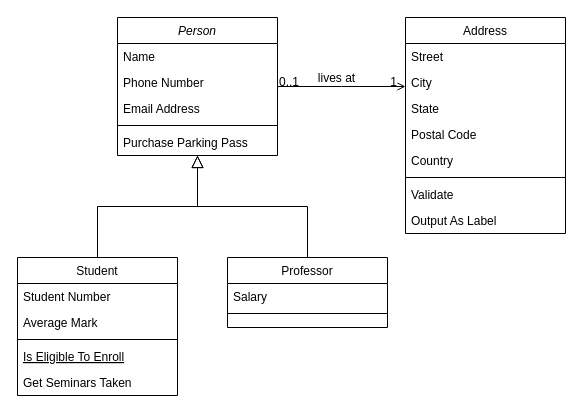
This is classDiagram.drawio from Marwen46/clairvoyant, a draw.io file, before an edit. Source tidied: cells renumbered, new cells numbered last; positions are measured from the earlier drawing's top-left corner, leaving out a move shared by most shapes. Both pictures are drawn from the tidied source at 100%, with x=0, y=0 at pixel (17, 17).
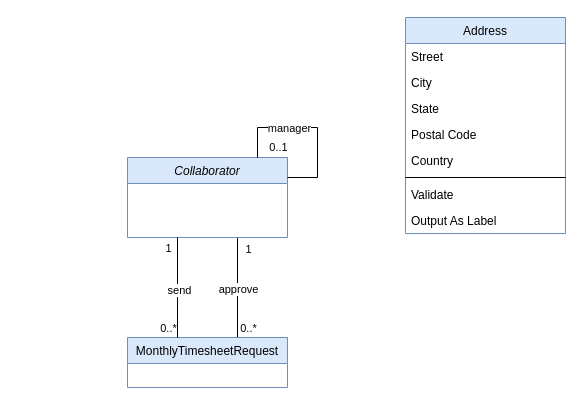
After the change.

What changed in the source:
```diff
@@
+    <mxCell id="32" style="edgeStyle=orthogonalEdgeStyle;rounded=0;orthogonalLoop=1;jettySize=auto;html=1;strokeColor=default;endArrow=none;endFill=0;" parent="1" edge="1">
+      <mxGeometry relative="1" as="geometry">
+        <mxPoint x="220" y="220" as="sourcePoint" />
+        <mxPoint x="220" y="320" as="targetPoint" />
+      </mxGeometry>
+    </mxCell>
+    <mxCell id="33" value="approve" style="edgeLabel;html=1;align=center;verticalAlign=middle;" parent="32" vertex="1">
+      <mxGeometry x="0.02" relative="1" as="geometry" />
+    </mxCell>
+    <mxCell id="34" value="0..*" style="edgeLabel;html=1;align=center;verticalAlign=middle;" parent="32" vertex="1">
+      <mxGeometry x="0.84" y="-1" relative="1" as="geometry">
+        <mxPoint x="11" y="-2" as="offset" />
+      </mxGeometry>
+    </mxCell>
+    <mxCell id="35" value="1" style="edgeLabel;html=1;align=center;verticalAlign=middle;" parent="32" vertex="1">
+      <mxGeometry x="-0.87" relative="1" as="geometry">
+        <mxPoint x="10" y="4" as="offset" />
+      </mxGeometry>
+    </mxCell>
-    <mxCell id="2" value="Person" style="swimlane;fontStyle=2;align=center;verticalAlign=top;horizontal=1;startSize=26;rounded=0;shadow=0;strokeWidth=1;" parent="1" vertex="1">
-      <mxGeometry x="100" width="160" height="138" as="geometry" />
+    <mxCell id="2" value="Collaborator" style="swimlane;fontStyle=2;align=center;verticalAlign=top;horizontal=1;startSize=26;rounded=0;shadow=0;strokeWidth=1;fillColor=#dae8fc;strokeColor=#6c8ebf;" parent="1" vertex="1">
+      <mxGeometry x="110" y="140" width="160" height="80" as="geometry" />
     </mxCell>
-    <mxCell id="3" value="Name" style="text;align=left;verticalAlign=top;spacingLeft=4;spacingRight=4;overflow=hidden;" parent="2" vertex="1">
-      <mxGeometry y="26" width="160" height="26" as="geometry" />
-    </mxCell>
-    <mxCell id="4" value="Phone Number" style="text;align=left;verticalAlign=top;spacingLeft=4;spacingRight=4;overflow=hidden;rounded=0;shadow=0;html=0;" parent="2" vertex="1">
-      <mxGeometry y="52" width="160" height="26" as="geometry" />
-    </mxCell>
-    <mxCell id="5" value="Email Address" style="text;align=left;verticalAlign=top;spacingLeft=4;spacingRight=4;overflow=hidden;rounded=0;shadow=0;html=0;" parent="2" vertex="1">
-      <mxGeometry y="78" width="160" height="26" as="geometry" />
-    </mxCell>
-    <mxCell id="6" style="line;html=1;strokeWidth=1;align=left;verticalAlign=middle;spacingTop=-1;spacingLeft=3;spacingRight=3;labelPosition=right;" parent="2" vertex="1">
-      <mxGeometry y="104" width="160" height="8" as="geometry" />
-    </mxCell>
-    <mxCell id="7" value="Purchase Parking Pass" style="text;align=left;verticalAlign=top;spacingLeft=4;spacingRight=4;overflow=hidden;" parent="2" vertex="1">
-      <mxGeometry y="112" width="160" height="26" as="geometry" />
-    </mxCell>
-    <mxCell id="8" value="Student" style="swimlane;fontStyle=0;align=center;verticalAlign=top;horizontal=1;startSize=26;rounded=0;shadow=0;strokeWidth=1;" parent="1" vertex="1">
-      <mxGeometry y="240" width="160" height="138" as="geometry" />
-    </mxCell>
-    <mxCell id="9" value="Student Number" style="text;align=left;verticalAlign=top;spacingLeft=4;spacingRight=4;overflow=hidden;" parent="8" vertex="1">
-      <mxGeometry y="26" width="160" height="26" as="geometry" />
-    </mxCell>
-    <mxCell id="10" value="Average Mark" style="text;align=left;verticalAlign=top;spacingLeft=4;spacingRight=4;overflow=hidden;rounded=0;shadow=0;html=0;" parent="8" vertex="1">
-      <mxGeometry y="52" width="160" height="26" as="geometry" />
-    </mxCell>
-    <mxCell id="11" style="line;html=1;strokeWidth=1;align=left;verticalAlign=middle;spacingTop=-1;spacingLeft=3;spacingRight=3;labelPosition=right;" parent="8" vertex="1">
-      <mxGeometry y="78" width="160" height="8" as="geometry" />
-    </mxCell>
-    <mxCell id="12" value="Is Eligible To Enroll" style="text;align=left;verticalAlign=top;spacingLeft=4;spacingRight=4;overflow=hidden;fontStyle=4;" parent="8" vertex="1">
-      <mxGeometry y="86" width="160" height="26" as="geometry" />
-    </mxCell>
-    <mxCell id="13" value="Get Seminars Taken" style="text;align=left;verticalAlign=top;spacingLeft=4;spacingRight=4;overflow=hidden;" parent="8" vertex="1">
-      <mxGeometry y="112" width="160" height="26" as="geometry" />
-    </mxCell>
-    <mxCell id="14" style="endArrow=block;endSize=10;endFill=0;shadow=0;strokeWidth=1;rounded=0;edgeStyle=elbowEdgeStyle;elbow=vertical;" parent="1" edge="1" source="8" target="2">
-      <mxGeometry relative="1" as="geometry" />
-    </mxCell>
-    <mxCell id="15" value="Professor" style="swimlane;fontStyle=0;align=center;verticalAlign=top;horizontal=1;startSize=26;rounded=0;shadow=0;strokeWidth=1;" parent="1" vertex="1">
-      <mxGeometry x="210" y="240" width="160" height="70" as="geometry" />
+    <mxCell id="15" value="MonthlyTimesheetRequest" style="swimlane;fontStyle=0;align=center;verticalAlign=top;horizontal=1;startSize=26;rounded=0;shadow=0;strokeWidth=1;fillColor=#dae8fc;strokeColor=#6c8ebf;" parent="1" vertex="1">
+      <mxGeometry x="110" y="320" width="160" height="50" as="geometry" />
     </mxCell>
-    <mxCell id="16" value="Salary" style="text;align=left;verticalAlign=top;spacingLeft=4;spacingRight=4;overflow=hidden;" parent="15" vertex="1">
-      <mxGeometry y="26" width="160" height="26" as="geometry" />
-    </mxCell>
-    <mxCell id="17" style="line;html=1;strokeWidth=1;align=left;verticalAlign=middle;spacingTop=-1;spacingLeft=3;spacingRight=3;labelPosition=right;" parent="15" vertex="1">
-      <mxGeometry y="52" width="160" height="8" as="geometry" />
-    </mxCell>
-    <mxCell id="18" style="endArrow=block;endSize=10;endFill=0;shadow=0;strokeWidth=1;rounded=0;edgeStyle=elbowEdgeStyle;elbow=vertical;" parent="1" edge="1" source="15" target="2">
-      <mxGeometry relative="1" as="geometry" />
-    </mxCell>
-    <mxCell id="19" value="Address" style="swimlane;fontStyle=0;align=center;verticalAlign=top;horizontal=1;startSize=26;rounded=0;shadow=0;strokeWidth=1;" parent="1" vertex="1">
+    <mxCell id="19" value="Address" style="swimlane;fontStyle=0;align=center;verticalAlign=top;horizontal=1;startSize=26;rounded=0;shadow=0;strokeWidth=1;fillColor=#dae8fc;strokeColor=#6c8ebf;" parent="1" vertex="1">
       <mxGeometry x="388" width="160" height="216" as="geometry" />
     </mxCell>
@@
-    <mxCell id="28" style="endArrow=open;shadow=0;strokeWidth=1;rounded=0;endFill=1;edgeStyle=elbowEdgeStyle;elbow=vertical;" parent="1" edge="1" source="2" target="19">
-      <mxGeometry x="0.5" y="41" relative="1" as="geometry">
-        <mxPoint x="-40" y="32" as="offset" />
-      </mxGeometry>
-    </mxCell>
+    <mxCell id="36" style="edgeStyle=orthogonalEdgeStyle;rounded=0;orthogonalLoop=1;jettySize=auto;html=1;entryX=1;entryY=0.25;entryDx=0;entryDy=0;endArrow=none;endFill=0;" parent="1" edge="1">
+      <mxGeometry relative="1" as="geometry">
+        <mxPoint x="240" y="140" as="sourcePoint" />
+        <mxPoint x="270" y="160" as="targetPoint" />
+        <Array as="points">
+          <mxPoint x="240" y="140" />
+          <mxPoint x="240" y="110" />
+          <mxPoint x="300" y="110" />
+          <mxPoint x="300" y="160" />
+        </Array>
+      </mxGeometry>
+    </mxCell>
+    <mxCell id="37" value="manager" style="edgeLabel;html=1;align=center;verticalAlign=middle;" parent="36" vertex="1">
+      <mxGeometry x="-0.31" y="-1" relative="1" as="geometry">
+        <mxPoint x="2" y="-1" as="offset" />
+      </mxGeometry>
+    </mxCell>
-    <mxCell id="29" value="0..1" style="align=left;verticalAlign=bottom;labelBackgroundColor=none;fontSize=12;" parent="28" vertex="1">
-      <mxGeometry x="-1" relative="1" as="geometry">
-        <mxPoint y="4" as="offset" />
+    <mxCell id="29" value="0..1" style="edgeLabel;html=1;align=center;verticalAlign=middle;" parent="36" vertex="1">
+      <mxGeometry x="-0.91" y="2" relative="1" as="geometry">
+        <mxPoint x="22" y="-3" as="offset" />
       </mxGeometry>
     </mxCell>
-    <mxCell id="30" value="1" style="align=right;verticalAlign=bottom;labelBackgroundColor=none;fontSize=12;" parent="28" vertex="1">
-      <mxGeometry x="1" relative="1" as="geometry">
-        <mxPoint x="-7" y="4" as="offset" />
-      </mxGeometry>
-    </mxCell>
-    <mxCell id="31" value="lives at" style="text;html=1;align=center;verticalAlign=middle;labelBackgroundColor=none;rounded=0;shadow=0;strokeWidth=1;fontSize=12;" parent="28" vertex="1">
-      <mxGeometry x="0.5" y="49" relative="1" as="geometry">
-        <mxPoint x="-38" y="40" as="offset" />
-      </mxGeometry>
-    </mxCell>
+    <mxCell id="38" style="edgeStyle=orthogonalEdgeStyle;rounded=0;orthogonalLoop=1;jettySize=auto;html=1;strokeColor=default;endArrow=none;endFill=0;" parent="1" edge="1">
+      <mxGeometry relative="1" as="geometry">
+        <mxPoint x="160" y="220" as="sourcePoint" />
+        <mxPoint x="160" y="320" as="targetPoint" />
+        <Array as="points">
+          <mxPoint x="160" y="220" />
+        </Array>
+      </mxGeometry>
+    </mxCell>
+    <mxCell id="39" value="send" style="edgeLabel;html=1;align=center;verticalAlign=middle;" parent="38" vertex="1">
+      <mxGeometry x="0.04" y="1" relative="1" as="geometry" />
+    </mxCell>
+    <mxCell id="40" value="1" style="edgeLabel;html=1;align=center;verticalAlign=middle;" parent="38" vertex="1">
+      <mxGeometry x="-0.84" y="-5" relative="1" as="geometry">
+        <mxPoint x="-5" y="2" as="offset" />
+      </mxGeometry>
+    </mxCell>
+    <mxCell id="41" value="0..*" style="edgeLabel;html=1;align=center;verticalAlign=middle;" parent="38" vertex="1">
+      <mxGeometry x="0.86" relative="1" as="geometry">
+        <mxPoint x="-10" y="-3" as="offset" />
+      </mxGeometry>
+    </mxCell>
```
